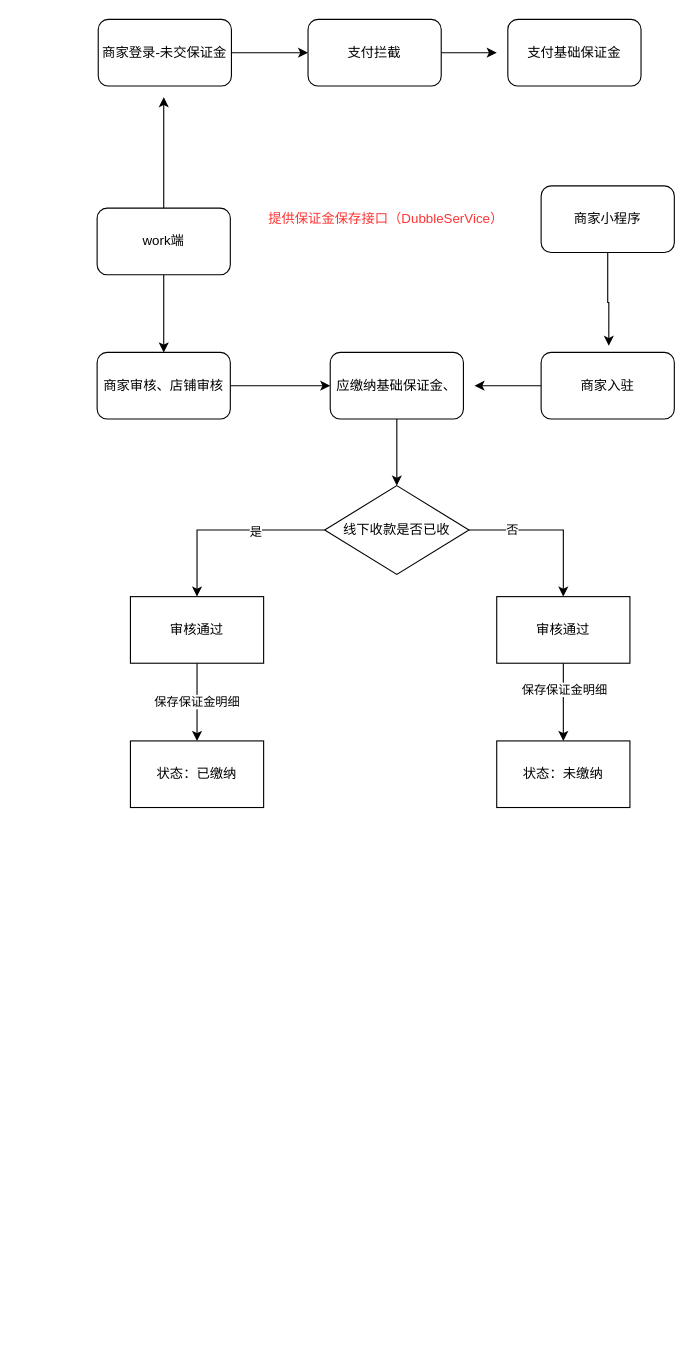
The draw.io diagram 婚奢汇业务流程图/商家保证金.drawio in YYB1024/myRemoteRepo, before the edit. Source tidied: cells renumbered, new cells numbered last; positions are measured from the earlier drawing's top-left corner, leaving out a move shared by most shapes. Both pictures are drawn from the tidied source at 111%, with x=0, y=0 at pixel (97, 19).
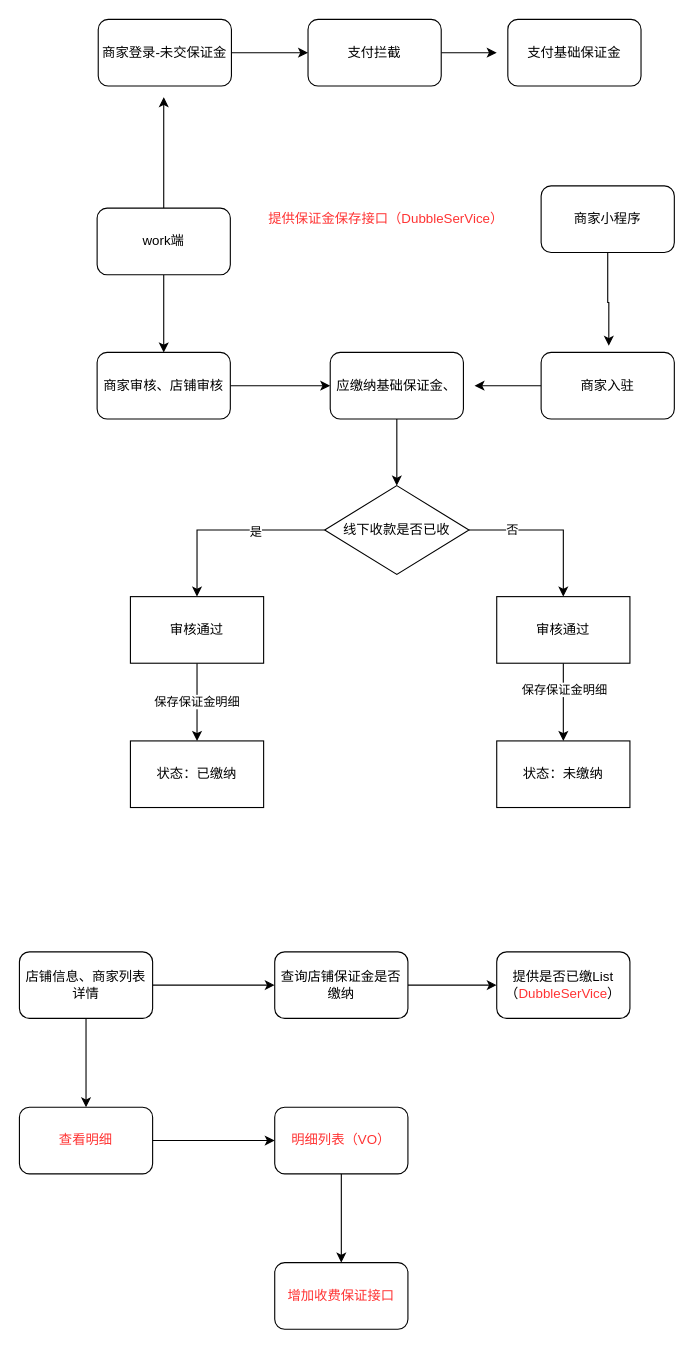
The same diagram, later.

Commit message (it also covers changes not shown here):
更新商家保证金.drawio

The edit, as a diff of the source:
```diff
@@
+    <mxCell id="31" style="edgeStyle=orthogonalEdgeStyle;rounded=0;jettySize=auto;html=1;fontColor=#000000;" parent="1" edge="1" source="33" target="35">
+      <mxGeometry relative="1" as="geometry" />
+    </mxCell>
+    <mxCell id="32" style="edgeStyle=orthogonalEdgeStyle;rounded=0;jettySize=auto;html=1;fontColor=#030101;" parent="1" edge="1" source="33" target="38">
+      <mxGeometry relative="1" as="geometry" />
+    </mxCell>
+    <mxCell id="33" value="&lt;font color=&quot;#000000&quot;&gt;店铺信息、商家列表详情&lt;/font&gt;" style="rounded=1;whiteSpace=wrap;html=1;fontColor=#FF3333;" parent="1" vertex="1">
+      <mxGeometry x="-70" y="840" width="120" height="60" as="geometry" />
+    </mxCell>
+    <mxCell id="34" style="edgeStyle=orthogonalEdgeStyle;rounded=0;jettySize=auto;html=1;fontColor=#000000;" parent="1" edge="1" source="35" target="36">
+      <mxGeometry relative="1" as="geometry" />
+    </mxCell>
+    <mxCell id="35" value="&lt;font color=&quot;#000000&quot;&gt;查询店铺保证金是否缴纳&lt;/font&gt;" style="whiteSpace=wrap;html=1;fontColor=#FF3333;rounded=1;" parent="1" vertex="1">
+      <mxGeometry x="160" y="840" width="120" height="60" as="geometry" />
+    </mxCell>
+    <mxCell id="36" value="&lt;font color=&quot;#030101&quot;&gt;提供是否已缴List（&lt;/font&gt;&lt;span style=&quot;&quot;&gt;DubbleSerVice&lt;/span&gt;&lt;font color=&quot;#030101&quot;&gt;）&lt;/font&gt;" style="whiteSpace=wrap;html=1;fontColor=#FF3333;rounded=1;" parent="1" vertex="1">
+      <mxGeometry x="360" y="840" width="120" height="60" as="geometry" />
+    </mxCell>
+    <mxCell id="37" style="edgeStyle=orthogonalEdgeStyle;rounded=0;jettySize=auto;html=1;fontColor=#030101;" parent="1" edge="1" source="38" target="40">
+      <mxGeometry relative="1" as="geometry" />
+    </mxCell>
+    <mxCell id="38" value="查看明细" style="whiteSpace=wrap;html=1;fontColor=#FF3333;rounded=1;" parent="1" vertex="1">
+      <mxGeometry x="-70" y="980" width="120" height="60" as="geometry" />
+    </mxCell>
+    <mxCell id="39" style="edgeStyle=orthogonalEdgeStyle;rounded=0;jettySize=auto;html=1;" parent="1" edge="1" source="40" target="41">
+      <mxGeometry relative="1" as="geometry" />
+    </mxCell>
+    <mxCell id="40" value="明细列表（VO）" style="whiteSpace=wrap;html=1;fontColor=#FF3333;rounded=1;" parent="1" vertex="1">
+      <mxGeometry x="160" y="980" width="120" height="60" as="geometry" />
+    </mxCell>
+    <mxCell id="41" value="增加收费保证接口" style="whiteSpace=wrap;html=1;fontColor=#FF3333;rounded=1;" parent="1" vertex="1">
+      <mxGeometry x="160" y="1120" width="120" height="60" as="geometry" />
+    </mxCell>
```
